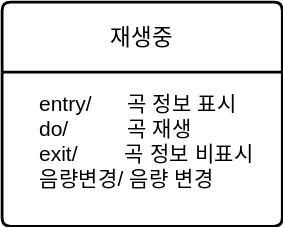
Above: images/State_Machine_Diagram/SMD_Inner_Activity.drawio.svg in Robotics-Ro/UML-study (draw.io), before the change. Source tidied: cells renumbered, new cells last; positions are measured from the earlier drawing's top-left corner, leaving out a move shared by most shapes.
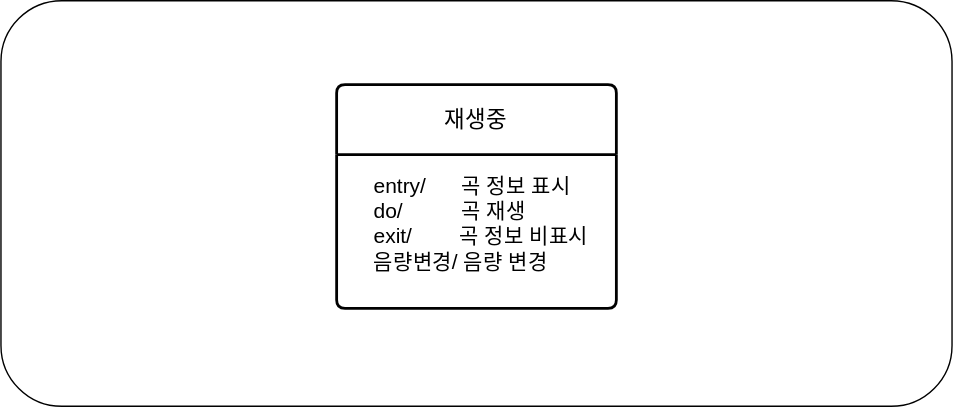
The same diagram one commit later.

Commit message:
SMD_Inner_Activity.drawio.svg이 추가되었습니다.

The edit, as a diff of the source:
```diff
@@ -2,6 +2,9 @@
   <root>
     <mxCell id="0" />
     <mxCell id="1" parent="0" />
+    <mxCell id="4" style="rounded=1;whiteSpace=wrap;html=1;" parent="1" vertex="1">
+      <mxGeometry x="-240" y="-60" width="680" height="290" as="geometry" />
+    </mxCell>
     <mxCell id="2" value="재생중" style="swimlane;horizontal=1;startSize=50;rounded=1;fontSize=16;fontStyle=0;strokeWidth=2;shadow=0;dashed=0;align=center;arcSize=4;whiteSpace=wrap;html=1;" parent="1" vertex="1">
       <mxGeometry width="200" height="160" as="geometry" />
     </mxCell>
```
